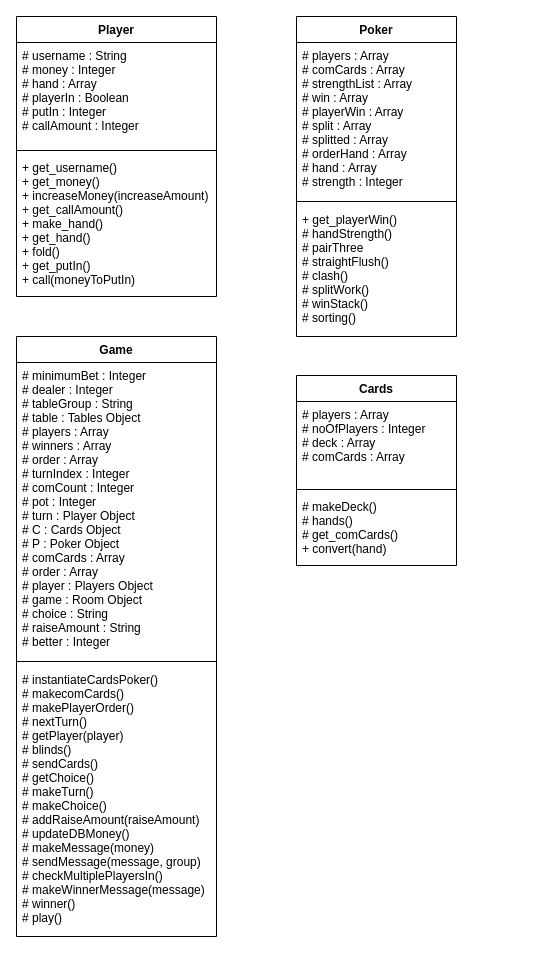
This is report/oop diagram.drawio from tom-pollak/web-poker, a draw.io file, before an edit. Source tidied: cells renumbered, new cells numbered last; positions are measured from the earlier drawing's top-left corner, leaving out a move shared by most shapes. Both pictures are drawn from the tidied source at 100%, with x=0, y=0 at pixel (16, 16).
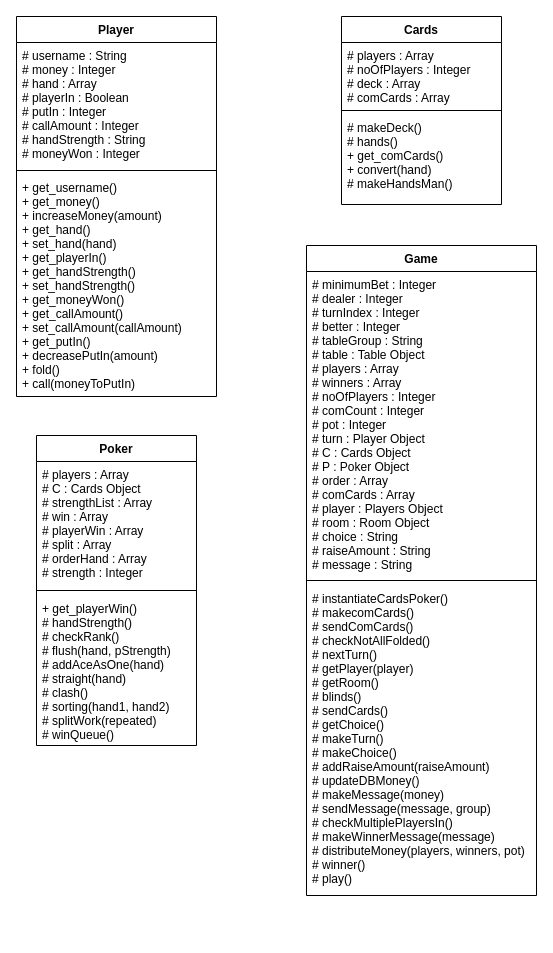
The same diagram, later.

Diff of the diagram source:
```diff
@@
 <mxGraphModel>
   <root>
     <mxCell id="0" />
     <mxCell id="1" parent="0" />
     <mxCell id="2" value="Player" style="swimlane;fontStyle=1;align=center;verticalAlign=top;horizontal=1;startSize=26;" parent="1" vertex="1">
-      <mxGeometry width="200" height="280" as="geometry" />
+      <mxGeometry width="200" height="380" as="geometry" />
     </mxCell>
-    <mxCell id="3" value="# username : String&#10;# money : Integer&#10;# hand : Array&#10;# playerIn : Boolean&#10;# putIn : Integer&#10;# callAmount : Integer" style="text;strokeColor=none;fillColor=none;align=left;verticalAlign=top;spacingLeft=4;spacingRight=4;overflow=hidden;" parent="2" vertex="1">
-      <mxGeometry y="26" width="200" height="104" as="geometry" />
+    <mxCell id="3" value="# username : String&#10;# money : Integer&#10;# hand : Array&#10;# playerIn : Boolean&#10;# putIn : Integer&#10;# callAmount : Integer&#10;# handStrength : String&#10;# moneyWon : Integer" style="text;strokeColor=none;fillColor=none;align=left;verticalAlign=top;spacingLeft=4;spacingRight=4;overflow=hidden;" parent="2" vertex="1">
+      <mxGeometry y="26" width="200" height="124" as="geometry" />
     </mxCell>
     <mxCell id="4" style="line;strokeWidth=1;fillColor=none;align=left;verticalAlign=middle;spacingTop=-1;spacingLeft=3;spacingRight=3;labelPosition=right;" parent="2" vertex="1">
-      <mxGeometry y="130" width="200" height="8" as="geometry" />
+      <mxGeometry y="150" width="200" height="8" as="geometry" />
     </mxCell>
-    <mxCell id="5" value="+ get_username()&#10;+ get_money()&#10;+ increaseMoney(increaseAmount)&#10;+ get_callAmount()&#10;+ make_hand()&#10;+ get_hand()&#10;+ fold()&#10;+ get_putIn()&#10;+ call(moneyToPutIn)" style="text;strokeColor=none;fillColor=none;align=left;verticalAlign=top;spacingLeft=4;spacingRight=4;overflow=hidden;" parent="2" vertex="1">
-      <mxGeometry y="138" width="200" height="142" as="geometry" />
+    <mxCell id="5" value="+ get_username()&#10;+ get_money()&#10;+ increaseMoney(amount)&#10;+ get_hand()&#10;+ set_hand(hand)&#10;+ get_playerIn()&#10;+ get_handStrength()&#10;+ set_handStrength()&#10;+ get_moneyWon()&#10;+ get_callAmount()&#10;+ set_callAmount(callAmount)&#10;+ get_putIn()&#10;+ decreasePutIn(amount)&#10;+ fold()&#10;+ call(moneyToPutIn)" style="text;strokeColor=none;fillColor=none;align=left;verticalAlign=top;spacingLeft=4;spacingRight=4;overflow=hidden;" parent="2" vertex="1">
+      <mxGeometry y="158" width="200" height="222" as="geometry" />
     </mxCell>
     <mxCell id="6" value="Cards" style="swimlane;fontStyle=1;align=center;verticalAlign=top;horizontal=1;startSize=26;" parent="1" vertex="1">
-      <mxGeometry x="280" y="359" width="160" height="190" as="geometry" />
+      <mxGeometry x="325" width="160" height="188" as="geometry" />
     </mxCell>
     <mxCell id="7" value="# players : Array&#10;# noOfPlayers : Integer&#10;# deck : Array&#10;# comCards : Array" style="text;strokeColor=none;fillColor=none;align=left;verticalAlign=top;spacingLeft=4;spacingRight=4;overflow=hidden;" parent="6" vertex="1">
-      <mxGeometry y="26" width="160" height="84" as="geometry" />
+      <mxGeometry y="26" width="160" height="64" as="geometry" />
     </mxCell>
     <mxCell id="8" style="line;strokeWidth=1;fillColor=none;align=left;verticalAlign=middle;spacingTop=-1;spacingLeft=3;spacingRight=3;labelPosition=right;" parent="6" vertex="1">
-      <mxGeometry y="110" width="160" height="8" as="geometry" />
+      <mxGeometry y="90" width="160" height="8" as="geometry" />
     </mxCell>
-    <mxCell id="9" value="# makeDeck()&#10;# hands()&#10;# get_comCards()&#10;+ convert(hand)&#10;" style="text;strokeColor=none;fillColor=none;align=left;verticalAlign=top;spacingLeft=4;spacingRight=4;overflow=hidden;" parent="6" vertex="1">
-      <mxGeometry y="118" width="160" height="72" as="geometry" />
+    <mxCell id="9" value="# makeDeck()&#10;# hands()&#10;+ get_comCards()&#10;+ convert(hand)&#10;# makeHandsMan()&#10;" style="text;strokeColor=none;fillColor=none;align=left;verticalAlign=top;spacingLeft=4;spacingRight=4;overflow=hidden;" parent="6" vertex="1">
+      <mxGeometry y="98" width="160" height="90" as="geometry" />
     </mxCell>
     <mxCell id="10" value="Poker" style="swimlane;fontStyle=1;align=center;verticalAlign=top;horizontal=1;startSize=26;" parent="1" vertex="1">
-      <mxGeometry x="280" width="160" height="320" as="geometry" />
+      <mxGeometry x="20" y="419" width="160" height="310" as="geometry" />
     </mxCell>
-    <mxCell id="11" value="# players : Array&#10;# comCards : Array&#10;# strengthList : Array&#10;# win : Array&#10;# playerWin : Array&#10;# split : Array&#10;# splitted : Array&#10;# orderHand : Array&#10;# hand : Array&#10;# strength : Integer" style="text;strokeColor=none;fillColor=none;align=left;verticalAlign=top;spacingLeft=4;spacingRight=4;overflow=hidden;" parent="10" vertex="1">
-      <mxGeometry y="26" width="160" height="154" as="geometry" />
+    <mxCell id="11" value="# players : Array&#10;# C : Cards Object&#10;# strengthList : Array&#10;# win : Array&#10;# playerWin : Array&#10;# split : Array&#10;# orderHand : Array&#10;# strength : Integer" style="text;strokeColor=none;fillColor=none;align=left;verticalAlign=top;spacingLeft=4;spacingRight=4;overflow=hidden;" parent="10" vertex="1">
+      <mxGeometry y="26" width="160" height="124" as="geometry" />
     </mxCell>
     <mxCell id="12" style="line;strokeWidth=1;fillColor=none;align=left;verticalAlign=middle;spacingTop=-1;spacingLeft=3;spacingRight=3;labelPosition=right;" parent="10" vertex="1">
-      <mxGeometry y="180" width="160" height="10" as="geometry" />
+      <mxGeometry y="150" width="160" height="10" as="geometry" />
     </mxCell>
-    <mxCell id="13" value="+ get_playerWin()&#10;# handStrength()&#10;# pairThree&#10;# straightFlush()&#10;# clash()&#10;# splitWork()&#10;# winStack()&#10;# sorting()" style="text;strokeColor=none;fillColor=none;align=left;verticalAlign=top;spacingLeft=4;spacingRight=4;overflow=hidden;" parent="10" vertex="1">
-      <mxGeometry y="190" width="160" height="130" as="geometry" />
+    <mxCell id="13" value="+ get_playerWin()&#10;# handStrength()&#10;# checkRank()&#10;# flush(hand, pStrength)&#10;# addAceAsOne(hand)&#10;# straight(hand)&#10;# clash()&#10;# sorting(hand1, hand2)&#10;# splitWork(repeated)&#10;# winQueue()" style="text;strokeColor=none;fillColor=none;align=left;verticalAlign=top;spacingLeft=4;spacingRight=4;overflow=hidden;" parent="10" vertex="1">
+      <mxGeometry y="160" width="160" height="150" as="geometry" />
     </mxCell>
     <mxCell id="14" value="Game" style="swimlane;fontStyle=1;align=center;verticalAlign=top;horizontal=1;startSize=26;" parent="1" vertex="1">
-      <mxGeometry y="320" width="200" height="600" as="geometry" />
+      <mxGeometry x="290" y="229" width="230" height="650" as="geometry" />
     </mxCell>
-    <mxCell id="15" value="# minimumBet : Integer&#10;# dealer : Integer&#10;# tableGroup : String&#10;# table : Tables Object&#10;# players : Array&#10;# winners : Array&#10;# order : Array&#10;# turnIndex : Integer&#10;# comCount : Integer&#10;# pot : Integer&#10;# turn : Player Object&#10;# C : Cards Object&#10;# P : Poker Object&#10;# comCards : Array&#10;# order : Array&#10;# player : Players Object&#10;# game : Room Object&#10;# choice : String&#10;# raiseAmount : String&#10;# better : Integer" style="text;strokeColor=none;fillColor=none;align=left;verticalAlign=top;spacingLeft=4;spacingRight=4;overflow=hidden;" parent="14" vertex="1">
-      <mxGeometry y="26" width="200" height="294" as="geometry" />
+    <mxCell id="15" value="# minimumBet : Integer&#10;# dealer : Integer&#10;# turnIndex : Integer&#10;# better : Integer&#10;# tableGroup : String&#10;# table : Table Object&#10;# players : Array&#10;# winners : Array&#10;# noOfPlayers : Integer&#10;# comCount : Integer&#10;# pot : Integer&#10;# turn : Player Object&#10;# C : Cards Object&#10;# P : Poker Object&#10;# order : Array&#10;# comCards : Array&#10;# player : Players Object&#10;# room : Room Object&#10;# choice : String&#10;# raiseAmount : String&#10;# message : String" style="text;strokeColor=none;fillColor=none;align=left;verticalAlign=top;spacingLeft=4;spacingRight=4;overflow=hidden;" parent="14" vertex="1">
+      <mxGeometry y="26" width="230" height="304" as="geometry" />
     </mxCell>
     <mxCell id="16" style="line;strokeWidth=1;fillColor=none;align=left;verticalAlign=middle;spacingTop=-1;spacingLeft=3;spacingRight=3;labelPosition=right;" parent="14" vertex="1">
-      <mxGeometry y="320" width="200" height="10" as="geometry" />
+      <mxGeometry y="330" width="230" height="10" as="geometry" />
     </mxCell>
-    <mxCell id="17" value="# instantiateCardsPoker()&#10;# makecomCards()&#10;# makePlayerOrder()&#10;# nextTurn()&#10;# getPlayer(player)&#10;# blinds()&#10;# sendCards()&#10;# getChoice()&#10;# makeTurn()&#10;# makeChoice()&#10;# addRaiseAmount(raiseAmount)&#10;# updateDBMoney()&#10;# makeMessage(money)&#10;# sendMessage(message, group)&#10;# checkMultiplePlayersIn()&#10;# makeWinnerMessage(message)&#10;# winner()&#10;# play()" style="text;strokeColor=none;fillColor=none;align=left;verticalAlign=top;spacingLeft=4;spacingRight=4;overflow=hidden;" parent="14" vertex="1">
-      <mxGeometry y="330" width="200" height="270" as="geometry" />
+    <mxCell id="17" value="# instantiateCardsPoker()&#10;# makecomCards()&#10;# sendComCards()&#10;# checkNotAllFolded()&#10;# nextTurn()&#10;# getPlayer(player)&#10;# getRoom()&#10;# blinds()&#10;# sendCards()&#10;# getChoice()&#10;# makeTurn()&#10;# makeChoice()&#10;# addRaiseAmount(raiseAmount)&#10;# updateDBMoney()&#10;# makeMessage(money)&#10;# sendMessage(message, group)&#10;# checkMultiplePlayersIn()&#10;# makeWinnerMessage(message)&#10;# distributeMoney(players, winners, pot)&#10;# winner()&#10;# play()" style="text;strokeColor=none;fillColor=none;align=left;verticalAlign=top;spacingLeft=4;spacingRight=4;overflow=hidden;" parent="14" vertex="1">
+      <mxGeometry y="340" width="230" height="310" as="geometry" />
     </mxCell>
   </root>
 </mxGraphModel>
```
